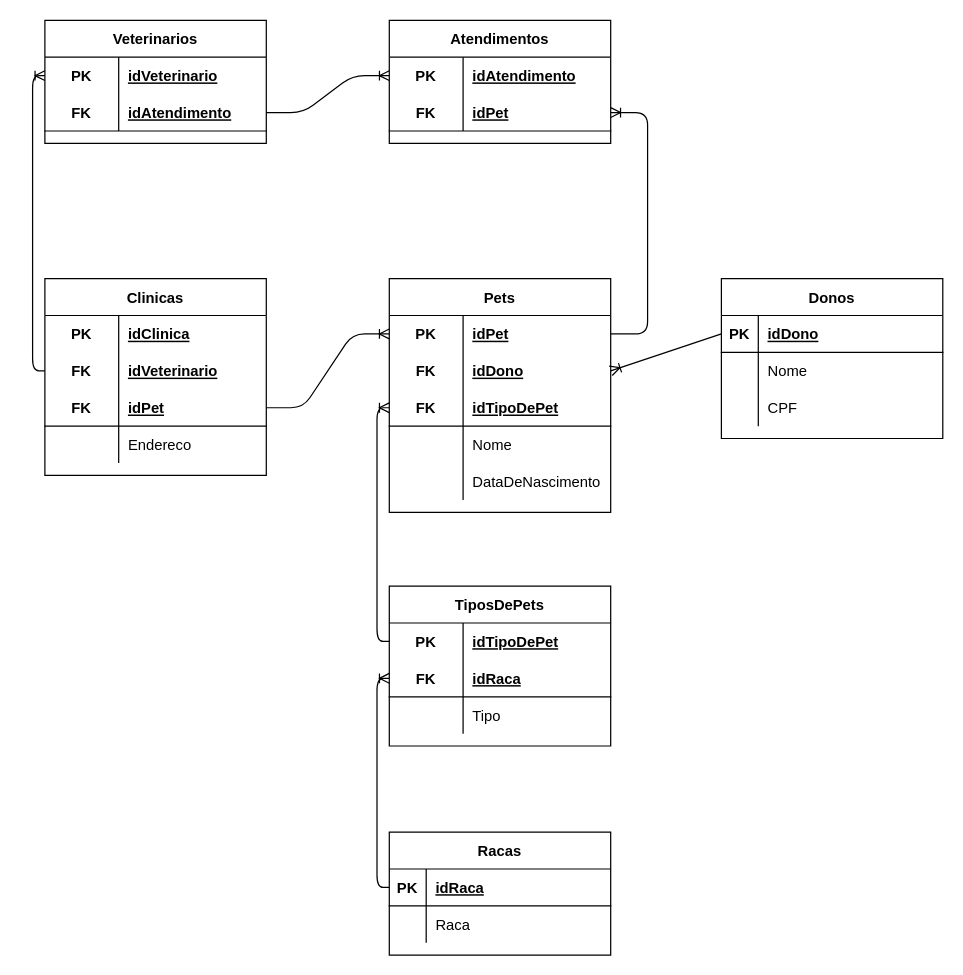
Above: page "logico" (2 of 2) of exercicios/1.3-exercicio-pclinics/1.3-exercicio-pclinics.drawio in Pedro-B-Alves/senai_sprint1_bd (draw.io), before the change. Source tidied: cells renumbered, new cells numbered last; positions are measured from the earlier drawing's top-left corner, leaving out a move shared by most shapes. Both pictures are drawn from the tidied source at 123%, with x=0, y=0 at pixel (44, 20).
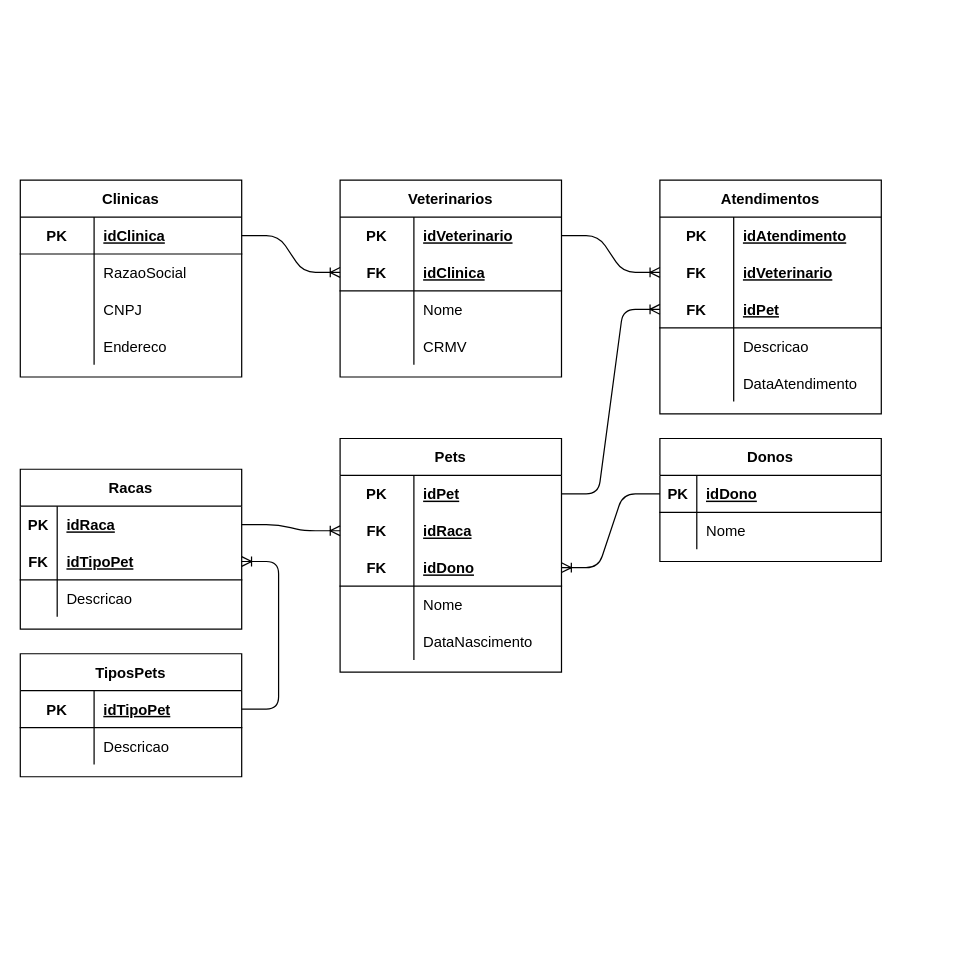
The same diagram, later.

Unchanged cells that the change refers to:
```xml
<mxCell id="16" style="shape=partialRectangle;fillColor=none;top=0;left=0;bottom=0;right=0;points=[[0,0.5],[1,0.5]];portConstraint=eastwest;" parent="15" vertex="1">
  <mxGeometry y="30" width="180" height="30" as="geometry" />
</mxCell>
<mxCell id="19" style="shape=partialRectangle;fillColor=none;top=0;left=0;bottom=0;right=0;points=[[0,0.5],[1,0.5]];portConstraint=eastwest;" parent="15" vertex="1">
  <mxGeometry y="60" width="180" height="30" as="geometry" />
</mxCell>
<mxCell id="22" style="shape=partialRectangle;fillColor=none;top=0;left=0;bottom=1;right=0;points=[[0,0.5],[1,0.5]];portConstraint=eastwest;" parent="15" vertex="1">
  <mxGeometry y="90" width="180" height="30" as="geometry" />
</mxCell>
<mxCell id="28" style="shape=partialRectangle;fillColor=none;top=0;left=0;bottom=0;right=0;" parent="15" vertex="1">
  <mxGeometry y="150" width="180" height="30" as="geometry" />
</mxCell>
<mxCell id="32" style="shape=partialRectangle;fillColor=none;top=0;left=0;bottom=1;right=0;points=[[0,0.5],[1,0.5]];portConstraint=eastwest;" parent="31" vertex="1">
  <mxGeometry y="30" width="180" height="30" as="geometry" />
</mxCell>
<mxCell id="59" style="shape=partialRectangle;fillColor=none;top=0;left=0;bottom=0;right=0;points=[[0,0.5],[1,0.5]];portConstraint=eastwest;" parent="58" vertex="1">
  <mxGeometry y="30" width="180" height="30" as="geometry" />
</mxCell>
<mxCell id="62" style="shape=partialRectangle;fillColor=none;top=0;left=0;bottom=1;right=0;points=[[0,0.5],[1,0.5]];portConstraint=eastwest;" parent="58" vertex="1">
  <mxGeometry y="60" width="180" height="30" as="geometry" />
</mxCell>
<mxCell id="66" style="shape=partialRectangle;fillColor=none;top=0;left=0;bottom=0;right=0;points=[[0,0.5],[1,0.5]];portConstraint=eastwest;" parent="65" vertex="1">
  <mxGeometry y="30" width="180" height="30" as="geometry" />
</mxCell>
```

Change to the diagram source:
```diff
@@
     <mxCell id="2" value="Clinicas" style="shape=table;startSize=30;childLayout=tableLayout;rowLines=0;fontStyle=1;align=center;strokeColor=#000000;strokeWidth=1;" parent="1" vertex="1">
-      <mxGeometry y="210" width="180" height="160" as="geometry" />
+      <mxGeometry x="-20" y="130" width="180" height="160" as="geometry" />
     </mxCell>
-    <mxCell id="3" style="shape=partialRectangle;fillColor=none;top=0;left=0;bottom=0;right=0;" parent="2" vertex="1">
-      <mxGeometry y="30" width="180" height="30" as="geometry" />
-    </mxCell>
-    <mxCell id="4" value="PK" style="shape=partialRectangle;fillColor=none;top=0;left=0;bottom=0;right=0;fontStyle=1;overflow=hidden;" parent="3" vertex="1">
-      <mxGeometry width="60" height="30" as="geometry" />
-    </mxCell>
-    <mxCell id="5" value="idClinica" style="shape=partialRectangle;fillColor=none;top=0;left=0;bottom=0;right=0;align=left;spacingLeft=6;fontStyle=5;overflow=hidden;" parent="3" vertex="1">
-      <mxGeometry x="60" width="120" height="30" as="geometry" />
-    </mxCell>
-    <mxCell id="6" style="shape=partialRectangle;fillColor=none;top=0;left=0;bottom=0;right=0;points=[[0,0.5],[1,0.5]];portConstraint=eastwest;" parent="2" vertex="1">
-      <mxGeometry y="60" width="180" height="30" as="geometry" />
-    </mxCell>
-    <mxCell id="7" value="FK" style="shape=partialRectangle;fillColor=none;top=0;left=0;bottom=0;right=0;fontStyle=1;overflow=hidden;" parent="6" vertex="1">
-      <mxGeometry width="60" height="30" as="geometry" />
-    </mxCell>
-    <mxCell id="8" value="idVeterinario" style="shape=partialRectangle;fillColor=none;top=0;left=0;bottom=0;right=0;align=left;spacingLeft=6;fontStyle=5;overflow=hidden;" parent="6" vertex="1">
-      <mxGeometry x="60" width="120" height="30" as="geometry" />
-    </mxCell>
     <mxCell id="9" style="shape=partialRectangle;fillColor=none;top=0;left=0;bottom=1;right=0;points=[[0,0.5],[1,0.5]];portConstraint=eastwest;" parent="2" vertex="1">
-      <mxGeometry y="90" width="180" height="30" as="geometry" />
+      <mxGeometry y="30" width="180" height="30" as="geometry" />
     </mxCell>
-    <mxCell id="10" value="FK" style="shape=partialRectangle;fillColor=none;top=0;left=0;bottom=0;right=0;fontStyle=1;overflow=hidden;" parent="9" vertex="1">
+    <mxCell id="10" value="PK" style="shape=partialRectangle;fillColor=none;top=0;left=0;bottom=0;right=0;fontStyle=1;overflow=hidden;" parent="9" vertex="1">
       <mxGeometry width="60" height="30" as="geometry" />
     </mxCell>
-    <mxCell id="11" value="idPet" style="shape=partialRectangle;fillColor=none;top=0;left=0;bottom=0;right=0;align=left;spacingLeft=6;fontStyle=5;overflow=hidden;" parent="9" vertex="1">
+    <mxCell id="11" value="idClinica" style="shape=partialRectangle;fillColor=none;top=0;left=0;bottom=0;right=0;align=left;spacingLeft=6;fontStyle=5;overflow=hidden;" parent="9" vertex="1">
       <mxGeometry x="60" width="120" height="30" as="geometry" />
     </mxCell>
     <mxCell id="12" style="shape=partialRectangle;fillColor=none;top=0;left=0;bottom=0;right=0;" parent="2" vertex="1">
-      <mxGeometry y="120" width="180" height="30" as="geometry" />
+      <mxGeometry y="60" width="180" height="30" as="geometry" />
     </mxCell>
@@
-    <mxCell id="14" value="Endereco" style="shape=partialRectangle;fillColor=none;top=0;left=0;bottom=0;right=0;align=left;spacingLeft=6;overflow=hidden;" parent="12" vertex="1">
+    <mxCell id="14" value="RazaoSocial" style="shape=partialRectangle;fillColor=none;top=0;left=0;bottom=0;right=0;align=left;spacingLeft=6;overflow=hidden;" parent="12" vertex="1">
       <mxGeometry x="60" width="120" height="30" as="geometry" />
     </mxCell>
+    <mxCell id="79" style="shape=partialRectangle;fillColor=none;top=0;left=0;bottom=0;right=0;" parent="2" vertex="1">
+      <mxGeometry y="90" width="180" height="30" as="geometry" />
+    </mxCell>
+    <mxCell id="80" style="shape=partialRectangle;fillColor=none;top=0;left=0;bottom=0;right=0;overflow=hidden;" parent="79" vertex="1">
+      <mxGeometry width="60" height="30" as="geometry" />
+    </mxCell>
+    <mxCell id="81" value="CNPJ" style="shape=partialRectangle;fillColor=none;top=0;left=0;bottom=0;right=0;align=left;spacingLeft=6;overflow=hidden;" parent="79" vertex="1">
+      <mxGeometry x="60" width="120" height="30" as="geometry" />
+    </mxCell>
+    <mxCell id="82" style="shape=partialRectangle;fillColor=none;top=0;left=0;bottom=0;right=0;" parent="2" vertex="1">
+      <mxGeometry y="120" width="180" height="30" as="geometry" />
+    </mxCell>
+    <mxCell id="83" style="shape=partialRectangle;fillColor=none;top=0;left=0;bottom=0;right=0;overflow=hidden;" parent="82" vertex="1">
+      <mxGeometry width="60" height="30" as="geometry" />
+    </mxCell>
+    <mxCell id="84" value="Endereco" style="shape=partialRectangle;fillColor=none;top=0;left=0;bottom=0;right=0;align=left;spacingLeft=6;overflow=hidden;" parent="82" vertex="1">
+      <mxGeometry x="60" width="120" height="30" as="geometry" />
+    </mxCell>
     <mxCell id="15" value="Pets" style="shape=table;startSize=30;childLayout=tableLayout;rowLines=0;fontStyle=1;align=center;strokeColor=#000000;strokeWidth=1;" parent="1" vertex="1">
-      <mxGeometry x="280" y="210" width="180" height="190" as="geometry" />
+      <mxGeometry x="240" y="340" width="180" height="190" as="geometry" />
     </mxCell>
@@
-    <mxCell id="21" value="idDono" style="shape=partialRectangle;fillColor=none;top=0;left=0;bottom=0;right=0;align=left;spacingLeft=6;fontStyle=5;overflow=hidden;" parent="19" vertex="1">
+    <mxCell id="21" value="idRaca" style="shape=partialRectangle;fillColor=none;top=0;left=0;bottom=0;right=0;align=left;spacingLeft=6;fontStyle=5;overflow=hidden;" parent="19" vertex="1">
       <mxGeometry x="60" width="120" height="30" as="geometry" />
     </mxCell>
@@
-    <mxCell id="24" value="idTipoDePet" style="shape=partialRectangle;fillColor=none;top=0;left=0;bottom=0;right=0;align=left;spacingLeft=6;fontStyle=5;overflow=hidden;" parent="22" vertex="1">
+    <mxCell id="24" value="idDono" style="shape=partialRectangle;fillColor=none;top=0;left=0;bottom=0;right=0;align=left;spacingLeft=6;fontStyle=5;overflow=hidden;" parent="22" vertex="1">
       <mxGeometry x="60" width="120" height="30" as="geometry" />
     </mxCell>
@@
-    <mxCell id="30" value="DataDeNascimento" style="shape=partialRectangle;fillColor=none;top=0;left=0;bottom=0;right=0;align=left;spacingLeft=6;overflow=hidden;" parent="28" vertex="1">
+    <mxCell id="30" value="DataNascimento" style="shape=partialRectangle;fillColor=none;top=0;left=0;bottom=0;right=0;align=left;spacingLeft=6;overflow=hidden;" parent="28" vertex="1">
       <mxGeometry x="60" width="120" height="30" as="geometry" />
     </mxCell>
     <mxCell id="31" value="Donos" style="shape=table;startSize=30;childLayout=tableLayout;rowLines=0;fontStyle=1;align=center;strokeColor=#000000;strokeWidth=1;" parent="1" vertex="1">
-      <mxGeometry x="550" y="210" width="180" height="130" as="geometry" />
+      <mxGeometry x="500" y="340" width="180" height="100" as="geometry" />
     </mxCell>
@@
-    <mxCell id="38" style="shape=partialRectangle;fillColor=none;top=0;left=0;bottom=0;right=0;" parent="31" vertex="1">
-      <mxGeometry y="90" width="180" height="30" as="geometry" />
-    </mxCell>
-    <mxCell id="39" style="shape=partialRectangle;fillColor=none;top=0;left=0;bottom=0;right=0;overflow=hidden;" parent="38" vertex="1">
-      <mxGeometry width="30" height="30" as="geometry" />
-    </mxCell>
-    <mxCell id="40" value="CPF" style="shape=partialRectangle;fillColor=none;top=0;left=0;bottom=0;right=0;align=left;spacingLeft=6;overflow=hidden;" parent="38" vertex="1">
-      <mxGeometry x="30" width="150" height="30" as="geometry" />
-    </mxCell>
-    <mxCell id="41" value="TiposDePets" style="shape=table;startSize=30;childLayout=tableLayout;rowLines=0;fontStyle=1;align=center;strokeColor=#000000;strokeWidth=1;" parent="1" vertex="1">
-      <mxGeometry x="280" y="460" width="180" height="130" as="geometry" />
+    <mxCell id="41" value="TiposPets" style="shape=table;startSize=30;childLayout=tableLayout;rowLines=0;fontStyle=1;align=center;strokeColor=#000000;strokeWidth=1;" parent="1" vertex="1">
+      <mxGeometry x="-20" y="515" width="180" height="100" as="geometry" />
     </mxCell>
-    <mxCell id="42" style="shape=partialRectangle;fillColor=none;top=0;left=0;bottom=0;right=0;points=[[0,0.5],[1,0.5]];portConstraint=eastwest;" parent="41" vertex="1">
-      <mxGeometry y="30" width="180" height="30" as="geometry" />
-    </mxCell>
-    <mxCell id="43" value="PK" style="shape=partialRectangle;fillColor=none;top=0;left=0;bottom=0;right=0;fontStyle=1;overflow=hidden;" parent="42" vertex="1">
-      <mxGeometry width="60" height="30" as="geometry" />
-    </mxCell>
-    <mxCell id="44" value="idTipoDePet" style="shape=partialRectangle;fillColor=none;top=0;left=0;bottom=0;right=0;align=left;spacingLeft=6;fontStyle=5;overflow=hidden;" parent="42" vertex="1">
-      <mxGeometry x="60" width="120" height="30" as="geometry" />
-    </mxCell>
     <mxCell id="45" style="shape=partialRectangle;fillColor=none;top=0;left=0;bottom=1;right=0;points=[[0,0.5],[1,0.5]];portConstraint=eastwest;" parent="41" vertex="1">
-      <mxGeometry y="60" width="180" height="30" as="geometry" />
+      <mxGeometry y="30" width="180" height="30" as="geometry" />
     </mxCell>
-    <mxCell id="46" value="FK" style="shape=partialRectangle;fillColor=none;top=0;left=0;bottom=0;right=0;fontStyle=1;overflow=hidden;" parent="45" vertex="1">
+    <mxCell id="46" value="PK" style="shape=partialRectangle;fillColor=none;top=0;left=0;bottom=0;right=0;fontStyle=1;overflow=hidden;" parent="45" vertex="1">
       <mxGeometry width="60" height="30" as="geometry" />
     </mxCell>
-    <mxCell id="47" value="idRaca" style="shape=partialRectangle;fillColor=none;top=0;left=0;bottom=0;right=0;align=left;spacingLeft=6;fontStyle=5;overflow=hidden;" parent="45" vertex="1">
+    <mxCell id="47" value="idTipoPet" style="shape=partialRectangle;fillColor=none;top=0;left=0;bottom=0;right=0;align=left;spacingLeft=6;fontStyle=5;overflow=hidden;" parent="45" vertex="1">
       <mxGeometry x="60" width="120" height="30" as="geometry" />
     </mxCell>
     <mxCell id="48" style="shape=partialRectangle;fillColor=none;top=0;left=0;bottom=0;right=0;" parent="41" vertex="1">
-      <mxGeometry y="90" width="180" height="30" as="geometry" />
+      <mxGeometry y="60" width="180" height="30" as="geometry" />
     </mxCell>
@@
-    <mxCell id="50" value="Tipo" style="shape=partialRectangle;fillColor=none;top=0;left=0;bottom=0;right=0;align=left;spacingLeft=6;overflow=hidden;" parent="48" vertex="1">
+    <mxCell id="50" value="Descricao" style="shape=partialRectangle;fillColor=none;top=0;left=0;bottom=0;right=0;align=left;spacingLeft=6;overflow=hidden;" parent="48" vertex="1">
       <mxGeometry x="60" width="120" height="30" as="geometry" />
     </mxCell>
     <mxCell id="51" value="Racas" style="shape=table;startSize=30;childLayout=tableLayout;rowLines=0;fontStyle=1;align=center;strokeColor=#000000;strokeWidth=1;" parent="1" vertex="1">
-      <mxGeometry x="280" y="660" width="180" height="100" as="geometry" />
+      <mxGeometry x="-20" y="365" width="180" height="130" as="geometry" />
     </mxCell>
+    <mxCell id="85" style="shape=partialRectangle;fillColor=none;top=0;left=0;bottom=0;right=0;points=[[0,0.5],[1,0.5]];portConstraint=eastwest;" parent="51" vertex="1">
+      <mxGeometry y="30" width="180" height="30" as="geometry" />
+    </mxCell>
+    <mxCell id="86" value="PK" style="shape=partialRectangle;fillColor=none;top=0;left=0;bottom=0;right=0;fontStyle=1;overflow=hidden;" parent="85" vertex="1">
+      <mxGeometry width="30" height="30" as="geometry" />
+    </mxCell>
+    <mxCell id="87" value="idRaca" style="shape=partialRectangle;fillColor=none;top=0;left=0;bottom=0;right=0;align=left;spacingLeft=6;fontStyle=5;overflow=hidden;" parent="85" vertex="1">
+      <mxGeometry x="30" width="150" height="30" as="geometry" />
+    </mxCell>
     <mxCell id="52" style="shape=partialRectangle;fillColor=none;top=0;left=0;bottom=1;right=0;points=[[0,0.5],[1,0.5]];portConstraint=eastwest;" parent="51" vertex="1">
-      <mxGeometry y="30" width="180" height="30" as="geometry" />
+      <mxGeometry y="60" width="180" height="30" as="geometry" />
     </mxCell>
-    <mxCell id="53" value="PK" style="shape=partialRectangle;fillColor=none;top=0;left=0;bottom=0;right=0;fontStyle=1;overflow=hidden;" parent="52" vertex="1">
+    <mxCell id="53" value="FK" style="shape=partialRectangle;fillColor=none;top=0;left=0;bottom=0;right=0;fontStyle=1;overflow=hidden;" parent="52" vertex="1">
       <mxGeometry width="30" height="30" as="geometry" />
     </mxCell>
-    <mxCell id="54" value="idRaca" style="shape=partialRectangle;fillColor=none;top=0;left=0;bottom=0;right=0;align=left;spacingLeft=6;fontStyle=5;overflow=hidden;" parent="52" vertex="1">
+    <mxCell id="54" value="idTipoPet" style="shape=partialRectangle;fillColor=none;top=0;left=0;bottom=0;right=0;align=left;spacingLeft=6;fontStyle=5;overflow=hidden;" parent="52" vertex="1">
       <mxGeometry x="30" width="150" height="30" as="geometry" />
     </mxCell>
     <mxCell id="55" style="shape=partialRectangle;fillColor=none;top=0;left=0;bottom=0;right=0;" parent="51" vertex="1">
-      <mxGeometry y="60" width="180" height="30" as="geometry" />
+      <mxGeometry y="90" width="180" height="30" as="geometry" />
     </mxCell>
@@
-    <mxCell id="57" value="Raca" style="shape=partialRectangle;fillColor=none;top=0;left=0;bottom=0;right=0;align=left;spacingLeft=6;overflow=hidden;" parent="55" vertex="1">
+    <mxCell id="57" value="Descricao" style="shape=partialRectangle;fillColor=none;top=0;left=0;bottom=0;right=0;align=left;spacingLeft=6;overflow=hidden;" parent="55" vertex="1">
       <mxGeometry x="30" width="150" height="30" as="geometry" />
     </mxCell>
     <mxCell id="58" value="Veterinarios" style="shape=table;startSize=30;childLayout=tableLayout;rowLines=0;fontStyle=1;align=center;strokeColor=#000000;strokeWidth=1;" parent="1" vertex="1">
-      <mxGeometry width="180" height="100" as="geometry" />
+      <mxGeometry x="240" y="130" width="180" height="160" as="geometry" />
     </mxCell>
@@
-    <mxCell id="64" value="idAtendimento" style="shape=partialRectangle;fillColor=none;top=0;left=0;bottom=0;right=0;align=left;spacingLeft=6;fontStyle=5;overflow=hidden;" parent="62" vertex="1">
+    <mxCell id="64" value="idClinica" style="shape=partialRectangle;fillColor=none;top=0;left=0;bottom=0;right=0;align=left;spacingLeft=6;fontStyle=5;overflow=hidden;" parent="62" vertex="1">
       <mxGeometry x="60" width="120" height="30" as="geometry" />
     </mxCell>
+    <mxCell id="88" style="shape=partialRectangle;fillColor=none;top=0;left=0;bottom=0;right=0;" parent="58" vertex="1">
+      <mxGeometry y="90" width="180" height="30" as="geometry" />
+    </mxCell>
+    <mxCell id="89" style="shape=partialRectangle;fillColor=none;top=0;left=0;bottom=0;right=0;overflow=hidden;" parent="88" vertex="1">
+      <mxGeometry width="60" height="30" as="geometry" />
+    </mxCell>
+    <mxCell id="90" value="Nome" style="shape=partialRectangle;fillColor=none;top=0;left=0;bottom=0;right=0;align=left;spacingLeft=6;overflow=hidden;" parent="88" vertex="1">
+      <mxGeometry x="60" width="120" height="30" as="geometry" />
+    </mxCell>
+    <mxCell id="91" style="shape=partialRectangle;fillColor=none;top=0;left=0;bottom=0;right=0;" parent="58" vertex="1">
+      <mxGeometry y="120" width="180" height="30" as="geometry" />
+    </mxCell>
+    <mxCell id="92" style="shape=partialRectangle;fillColor=none;top=0;left=0;bottom=0;right=0;overflow=hidden;" parent="91" vertex="1">
+      <mxGeometry width="60" height="30" as="geometry" />
+    </mxCell>
+    <mxCell id="93" value="CRMV" style="shape=partialRectangle;fillColor=none;top=0;left=0;bottom=0;right=0;align=left;spacingLeft=6;overflow=hidden;" parent="91" vertex="1">
+      <mxGeometry x="60" width="120" height="30" as="geometry" />
+    </mxCell>
     <mxCell id="65" value="Atendimentos" style="shape=table;startSize=30;childLayout=tableLayout;rowLines=0;fontStyle=1;align=center;strokeColor=#000000;strokeWidth=1;" parent="1" vertex="1">
-      <mxGeometry x="280" width="180" height="100" as="geometry" />
+      <mxGeometry x="500" y="130" width="180" height="190" as="geometry" />
     </mxCell>
@@
+    <mxCell id="6" style="shape=partialRectangle;fillColor=none;top=0;left=0;bottom=0;right=0;points=[[0,0.5],[1,0.5]];portConstraint=eastwest;" parent="65" vertex="1">
+      <mxGeometry y="60" width="180" height="30" as="geometry" />
+    </mxCell>
+    <mxCell id="7" value="FK" style="shape=partialRectangle;fillColor=none;top=0;left=0;bottom=0;right=0;fontStyle=1;overflow=hidden;" parent="6" vertex="1">
+      <mxGeometry width="60" height="30" as="geometry" />
+    </mxCell>
+    <mxCell id="8" value="idVeterinario" style="shape=partialRectangle;fillColor=none;top=0;left=0;bottom=0;right=0;align=left;spacingLeft=6;fontStyle=5;overflow=hidden;" parent="6" vertex="1">
+      <mxGeometry x="60" width="120" height="30" as="geometry" />
+    </mxCell>
     <mxCell id="69" style="shape=partialRectangle;fillColor=none;top=0;left=0;bottom=1;right=0;points=[[0,0.5],[1,0.5]];portConstraint=eastwest;" parent="65" vertex="1">
-      <mxGeometry y="60" width="180" height="30" as="geometry" />
+      <mxGeometry y="90" width="180" height="30" as="geometry" />
     </mxCell>
@@
-    <mxCell id="72" style="edgeStyle=entityRelationEdgeStyle;fontSize=12;html=1;endArrow=ERoneToMany;exitX=1;exitY=0.5;exitDx=0;exitDy=0;entryX=0;entryY=0.5;entryDx=0;entryDy=0;" parent="1" edge="1" source="9" target="16">
-      <mxGeometry relative="1" as="geometry" />
-    </mxCell>
-    <mxCell id="73" style="fontSize=12;html=1;endArrow=ERoneToMany;entryX=1;entryY=0.5;entryDx=0;entryDy=0;exitX=0;exitY=0.5;exitDx=0;exitDy=0;" parent="1" edge="1" source="32" target="19">
-      <mxGeometry relative="1" as="geometry" />
-    </mxCell>
-    <mxCell id="74" style="fontSize=12;html=1;endArrow=ERoneToMany;entryX=0;entryY=0.5;entryDx=0;entryDy=0;exitX=0;exitY=0.5;exitDx=0;exitDy=0;edgeStyle=orthogonalEdgeStyle;" parent="1" edge="1" source="42" target="22">
-      <mxGeometry relative="1" as="geometry" />
-    </mxCell>
-    <mxCell id="75" style="fontSize=12;html=1;endArrow=ERoneToMany;entryX=0;entryY=0.5;entryDx=0;entryDy=0;exitX=0;exitY=0.5;exitDx=0;exitDy=0;edgeStyle=orthogonalEdgeStyle;" parent="1" edge="1" source="52" target="45">
-      <mxGeometry relative="1" as="geometry" />
-    </mxCell>
-    <mxCell id="76" style="fontSize=12;html=1;endArrow=ERoneToMany;entryX=0;entryY=0.5;entryDx=0;entryDy=0;exitX=0;exitY=0.5;exitDx=0;exitDy=0;edgeStyle=orthogonalEdgeStyle;" parent="1" edge="1" source="6" target="59">
-      <mxGeometry relative="1" as="geometry" />
-    </mxCell>
-    <mxCell id="77" style="edgeStyle=entityRelationEdgeStyle;fontSize=12;html=1;endArrow=ERoneToMany;exitX=1;exitY=0.5;exitDx=0;exitDy=0;entryX=0;entryY=0.5;entryDx=0;entryDy=0;" parent="1" edge="1" source="62" target="66">
-      <mxGeometry relative="1" as="geometry" />
-    </mxCell>
+    <mxCell id="94" style="shape=partialRectangle;fillColor=none;top=0;left=0;bottom=0;right=0;" parent="65" vertex="1">
+      <mxGeometry y="120" width="180" height="30" as="geometry" />
+    </mxCell>
+    <mxCell id="95" style="shape=partialRectangle;fillColor=none;top=0;left=0;bottom=0;right=0;overflow=hidden;" parent="94" vertex="1">
+      <mxGeometry width="60" height="30" as="geometry" />
+    </mxCell>
+    <mxCell id="96" value="Descricao" style="shape=partialRectangle;fillColor=none;top=0;left=0;bottom=0;right=0;align=left;spacingLeft=6;overflow=hidden;" parent="94" vertex="1">
+      <mxGeometry x="60" width="120" height="30" as="geometry" />
+    </mxCell>
+    <mxCell id="97" style="shape=partialRectangle;fillColor=none;top=0;left=0;bottom=0;right=0;" parent="65" vertex="1">
+      <mxGeometry y="150" width="180" height="30" as="geometry" />
+    </mxCell>
+    <mxCell id="98" style="shape=partialRectangle;fillColor=none;top=0;left=0;bottom=0;right=0;overflow=hidden;" parent="97" vertex="1">
+      <mxGeometry width="60" height="30" as="geometry" />
+    </mxCell>
+    <mxCell id="99" value="DataAtendimento" style="shape=partialRectangle;fillColor=none;top=0;left=0;bottom=0;right=0;align=left;spacingLeft=6;overflow=hidden;" parent="97" vertex="1">
+      <mxGeometry x="60" width="120" height="30" as="geometry" />
+    </mxCell>
+    <mxCell id="100" style="edgeStyle=entityRelationEdgeStyle;fontSize=12;html=1;endArrow=ERoneToMany;exitX=1;exitY=0.5;exitDx=0;exitDy=0;entryX=0;entryY=0.5;entryDx=0;entryDy=0;" parent="1" edge="1" source="9" target="62">
+      <mxGeometry relative="1" as="geometry" />
+    </mxCell>
+    <mxCell id="101" style="edgeStyle=entityRelationEdgeStyle;fontSize=12;html=1;endArrow=ERoneToMany;entryX=0;entryY=0.5;entryDx=0;entryDy=0;" parent="1" edge="1" source="59" target="6">
+      <mxGeometry relative="1" as="geometry" />
+    </mxCell>
-    <mxCell id="78" style="edgeStyle=entityRelationEdgeStyle;fontSize=12;html=1;endArrow=ERoneToMany;entryX=1;entryY=0.5;entryDx=0;entryDy=0;exitX=1;exitY=0.5;exitDx=0;exitDy=0;" parent="1" edge="1" source="16" target="69">
+    <mxCell id="78" style="edgeStyle=entityRelationEdgeStyle;fontSize=12;html=1;endArrow=ERoneToMany;entryX=0;entryY=0.5;entryDx=0;entryDy=0;exitX=1;exitY=0.5;exitDx=0;exitDy=0;" parent="1" edge="1" source="16" target="69">
       <mxGeometry relative="1" as="geometry" />
     </mxCell>
+    <mxCell id="102" style="edgeStyle=entityRelationEdgeStyle;fontSize=12;html=1;endArrow=ERoneToMany;exitX=0;exitY=0.5;exitDx=0;exitDy=0;entryX=1;entryY=0.5;entryDx=0;entryDy=0;" parent="1" edge="1" source="32" target="22">
+      <mxGeometry relative="1" as="geometry" />
+    </mxCell>
+    <mxCell id="103" style="edgeStyle=entityRelationEdgeStyle;fontSize=12;html=1;endArrow=ERoneToMany;exitX=1;exitY=0.5;exitDx=0;exitDy=0;entryX=0;entryY=0.5;entryDx=0;entryDy=0;" parent="1" edge="1" source="85" target="19">
+      <mxGeometry relative="1" as="geometry" />
+    </mxCell>
+    <mxCell id="104" style="edgeStyle=entityRelationEdgeStyle;fontSize=12;html=1;endArrow=ERoneToMany;entryX=1;entryY=0.5;entryDx=0;entryDy=0;exitX=1;exitY=0.5;exitDx=0;exitDy=0;" parent="1" edge="1" source="45" target="52">
+      <mxGeometry relative="1" as="geometry" />
+    </mxCell>
```
